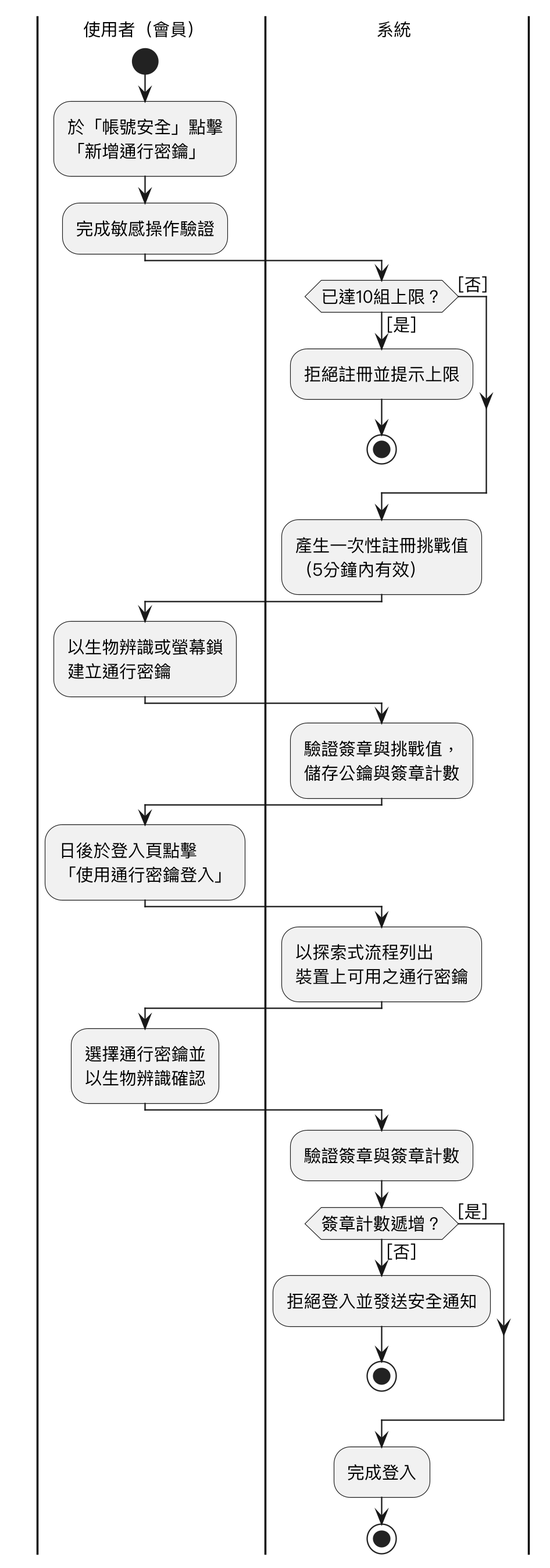
Above: Diagrams/Activity diagram/v3/uc14.png in SaveMyBook/SaveMyBook (PlantUML), before the change. Its diagram source:
```plantuml
@startuml
skinparam monochrome true
skinparam shadowing false
skinparam dpi 220
skinparam defaultFontName "PingFang TC"
skinparam defaultFontSize 13
skinparam swimlaneWidth same
|使用者（會員）|
start
:於「帳號安全」點擊\n「新增通行密鑰」;
:完成敏感操作驗證;
|系統|
if (已達10組上限？) then ([是])
  :拒絕註冊並提示上限;
  stop
else ([否])
endif
:產生一次性註冊挑戰值\n（5分鐘內有效）;
|使用者（會員）|
:以生物辨識或螢幕鎖\n建立通行密鑰;
|系統|
:驗證簽章與挑戰值，\n儲存公鑰與簽章計數;
|使用者（會員）|
:日後於登入頁點擊\n「使用通行密鑰登入」;
|系統|
:以探索式流程列出\n裝置上可用之通行密鑰;
|使用者（會員）|
:選擇通行密鑰並\n以生物辨識確認;
|系統|
:驗證簽章與簽章計數;
if (簽章計數遞增？) then ([否])
  :拒絕登入並發送安全通知;
  stop
else ([是])
endif
:完成登入;
stop
@enduml
```
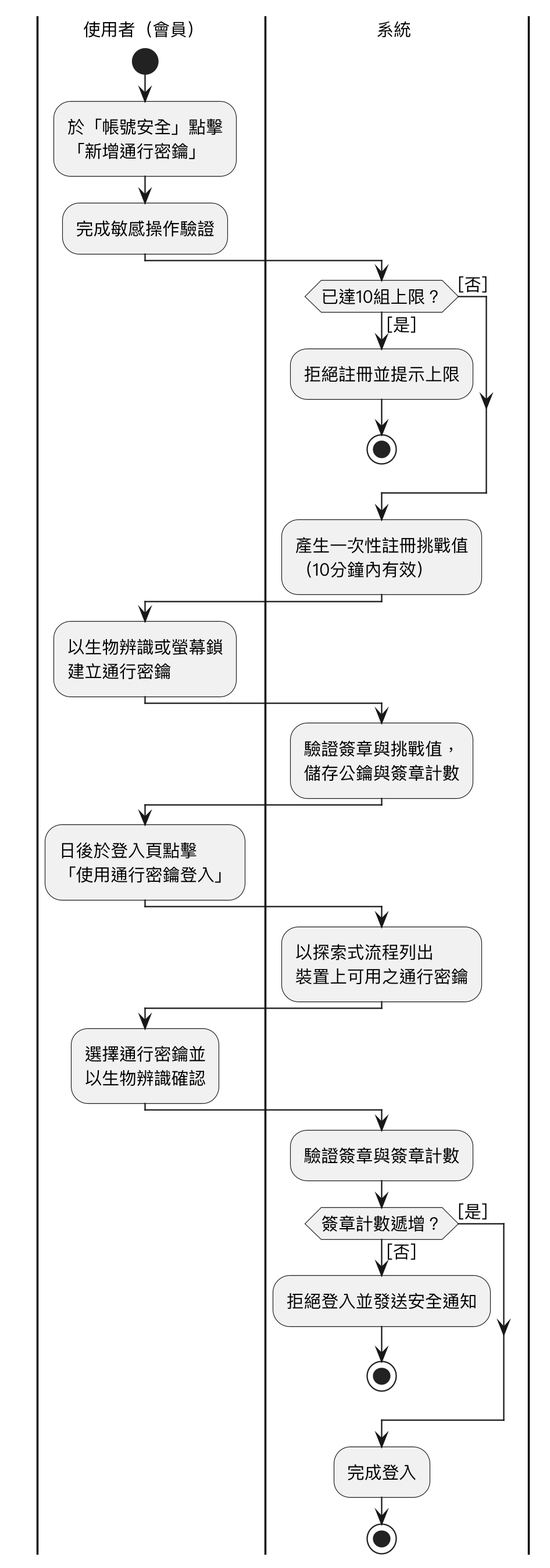
The same diagram one commit later.

The edit, as a diff of the source:
```diff
@@ -15,7 +15,7 @@
   stop
 else ([否])
 endif
-:產生一次性註冊挑戰值\n（5分鐘內有效）;
+:產生一次性註冊挑戰值\n（10分鐘內有效）;
 |使用者（會員）|
 :以生物辨識或螢幕鎖\n建立通行密鑰;
 |系統|
```
